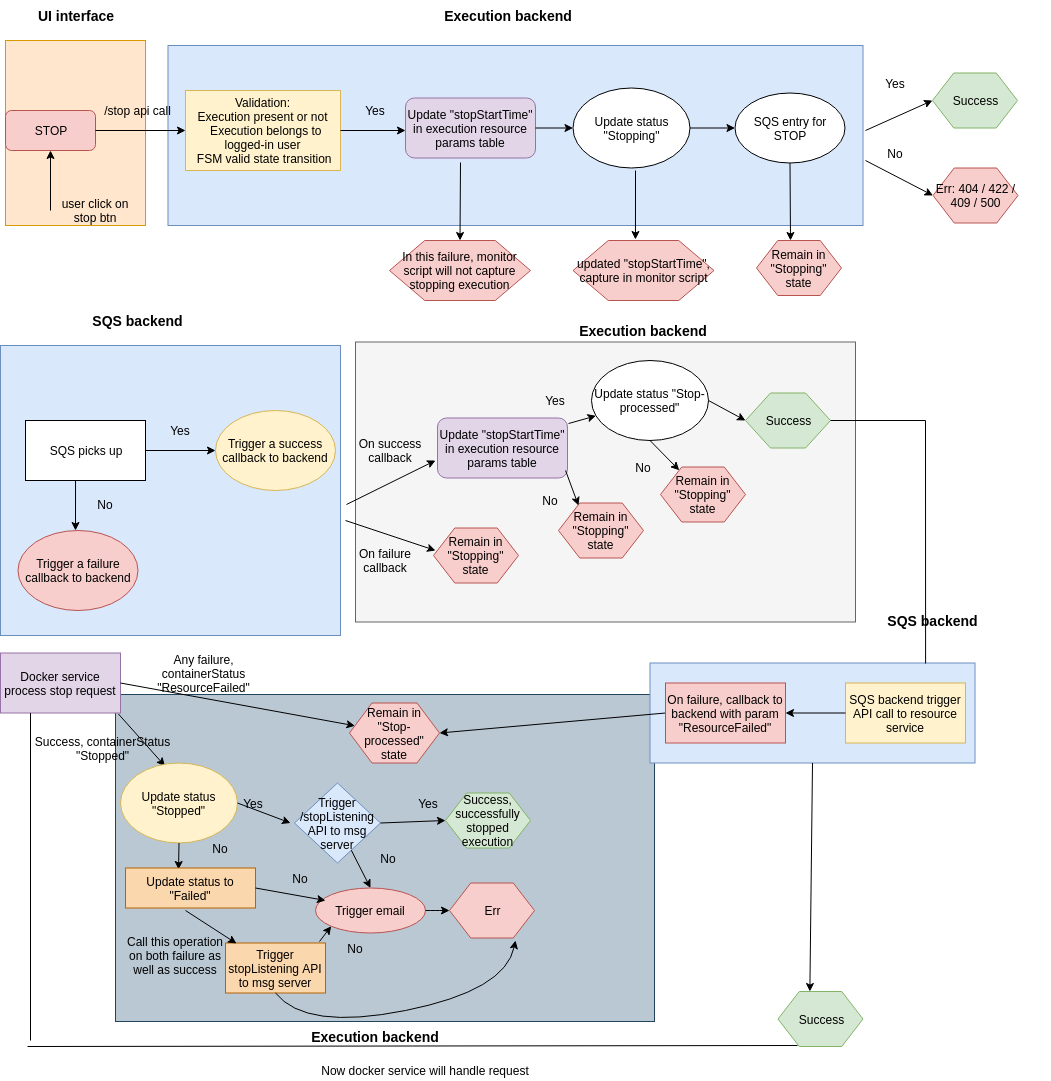
Before: stop_ui.png, a diagram exported from draw.io (prodipta/blueshift-resouce). Source tidied: cells renumbered, new cells last; positions are measured from the earlier drawing's top-left corner, leaving out a move shared by most shapes.
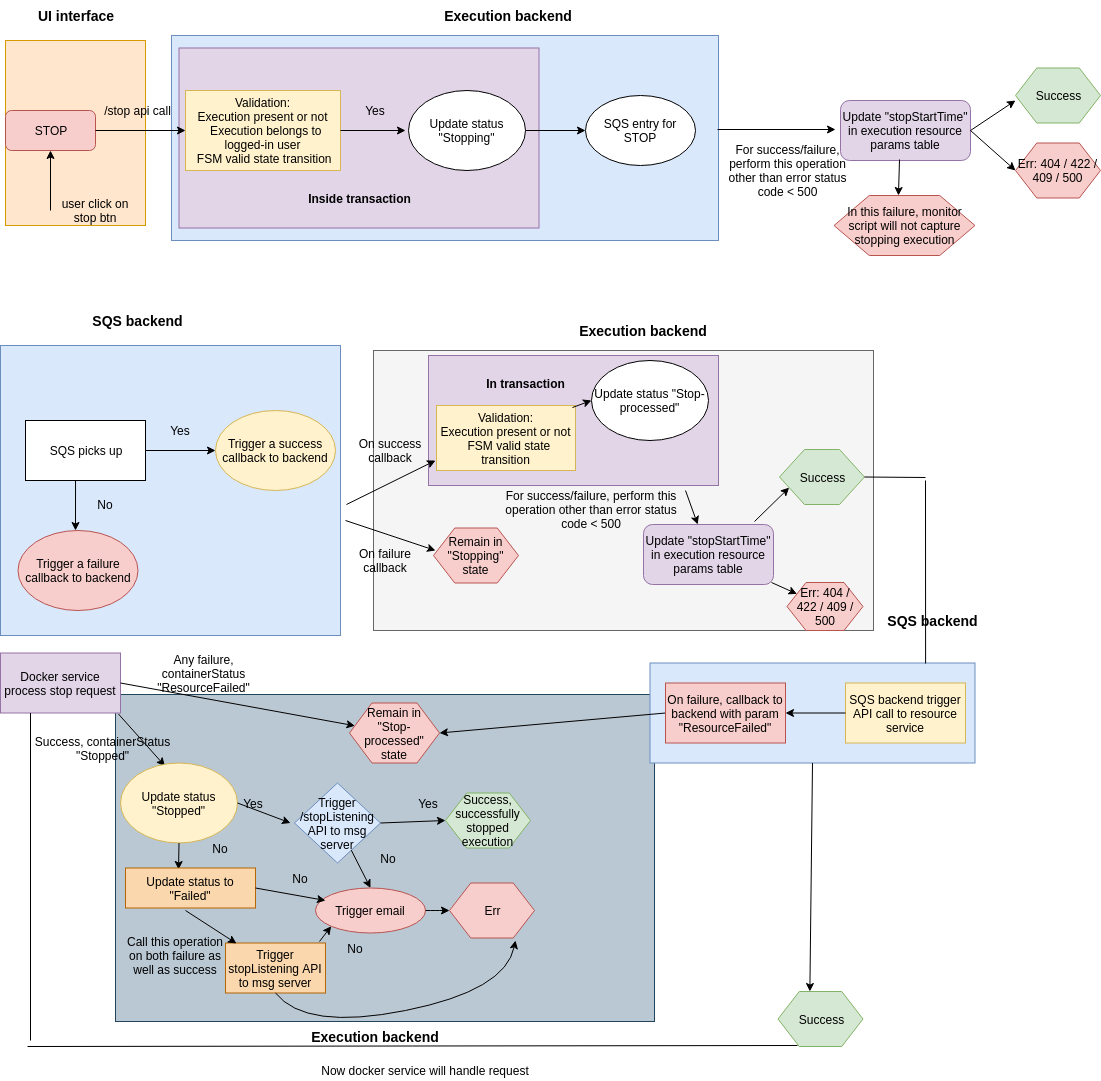
After the change.

What changed in the source:
```diff
@@ -2,24 +2,30 @@
   <root>
     <mxCell id="0" />
     <mxCell id="1" parent="0" />
+    <mxCell id="4" style="rounded=0;whiteSpace=wrap;html=1;fillColor=#f5f5f5;strokeColor=#666666;fontColor=#333333;" parent="1" vertex="1">
+      <mxGeometry x="373" y="350" width="500" height="280" as="geometry" />
+    </mxCell>
+    <mxCell id="103" style="rounded=0;whiteSpace=wrap;html=1;fillColor=#e1d5e7;strokeColor=#9673a6;" parent="1" vertex="1">
+      <mxGeometry x="428" y="355" width="290" height="130" as="geometry" />
+    </mxCell>
+    <mxCell id="7" style="rounded=0;whiteSpace=wrap;html=1;fillColor=#dae8fc;strokeColor=#6c8ebf;" parent="1" vertex="1">
+      <mxGeometry x="171" y="35" width="547" height="205" as="geometry" />
+    </mxCell>
+    <mxCell id="104" style="rounded=0;whiteSpace=wrap;html=1;fillColor=#e1d5e7;strokeColor=#9673a6;" parent="1" vertex="1">
+      <mxGeometry x="178.5" y="47.5" width="360" height="180" as="geometry" />
+    </mxCell>
     <mxCell id="2" style="rounded=0;whiteSpace=wrap;html=1;fillColor=#bac8d3;strokeColor=#23445d;" parent="1" vertex="1">
       <mxGeometry x="115" y="694" width="539" height="327" as="geometry" />
     </mxCell>
     <mxCell id="3" style="rounded=0;whiteSpace=wrap;html=1;fillColor=#dae8fc;strokeColor=#6c8ebf;" parent="1" vertex="1">
       <mxGeometry x="649.5" y="662.5" width="325" height="100" as="geometry" />
     </mxCell>
-    <mxCell id="4" style="rounded=0;whiteSpace=wrap;html=1;fillColor=#f5f5f5;strokeColor=#666666;fontColor=#333333;" parent="1" vertex="1">
-      <mxGeometry x="355" y="341.5" width="500" height="280" as="geometry" />
-    </mxCell>
     <mxCell id="5" style="rounded=0;whiteSpace=wrap;html=1;fillColor=#dae8fc;strokeColor=#6c8ebf;" parent="1" vertex="1">
       <mxGeometry y="345" width="340" height="290" as="geometry" />
     </mxCell>
     <mxCell id="6" style="rounded=0;whiteSpace=wrap;html=1;fillColor=#ffe6cc;strokeColor=#d79b00;" parent="1" vertex="1">
       <mxGeometry x="5" y="40" width="140" height="185" as="geometry" />
     </mxCell>
-    <mxCell id="7" style="rounded=0;whiteSpace=wrap;html=1;fillColor=#dae8fc;strokeColor=#6c8ebf;" parent="1" vertex="1">
-      <mxGeometry x="167.5" y="45" width="695" height="180" as="geometry" />
-    </mxCell>
     <mxCell id="8" value="STOP" style="rounded=1;whiteSpace=wrap;html=1;fillColor=#f8cecc;strokeColor=#b85450;" parent="1" vertex="1">
       <mxGeometry x="5" y="110" width="90" height="40" as="geometry" />
     </mxCell>
@@ -43,7 +49,7 @@
       <mxGeometry x="185" y="90" width="155" height="80" as="geometry" />
     </mxCell>
     <mxCell id="14" value="Err: 404 / 422 / 409 / 500" style="shape=hexagon;perimeter=hexagonPerimeter2;whiteSpace=wrap;html=1;fillColor=#f8cecc;strokeColor=#b85450;" parent="1" vertex="1">
-      <mxGeometry x="932.5" y="167.5" width="85" height="55" as="geometry" />
+      <mxGeometry x="786.5" y="582" width="76" height="48" as="geometry" />
     </mxCell>
     <mxCell id="15" style="endArrow=classic;html=1;exitX=1;exitY=0.5;exitDx=0;exitDy=0;" parent="1" edge="1" source="13">
       <mxGeometry relative="1" as="geometry">
@@ -54,16 +60,16 @@
       <mxGeometry x="355" y="100" width="40" height="20" as="geometry" />
     </mxCell>
     <mxCell id="17" value="Update status &quot;Stopping&quot;" style="ellipse;whiteSpace=wrap;html=1;" parent="1" vertex="1">
-      <mxGeometry x="572.5" y="87.5" width="117" height="80" as="geometry" />
+      <mxGeometry x="408" y="90" width="117" height="80" as="geometry" />
     </mxCell>
     <mxCell id="18" value="Execution backend" style="text;html=1;strokeColor=none;fillColor=none;align=center;verticalAlign=middle;whiteSpace=wrap;rounded=0;fontStyle=1;fontSize=14;" parent="1" vertex="1">
       <mxGeometry x="312.5" y="5" width="390" height="20" as="geometry" />
     </mxCell>
     <mxCell id="19" value="SQS entry for STOP" style="ellipse;whiteSpace=wrap;html=1;" parent="1" vertex="1">
-      <mxGeometry x="734.5" y="92.5" width="110" height="70" as="geometry" />
+      <mxGeometry x="585" y="95" width="110" height="70" as="geometry" />
     </mxCell>
     <mxCell id="20" value="Success" style="shape=hexagon;perimeter=hexagonPerimeter2;whiteSpace=wrap;html=1;fillColor=#d5e8d4;strokeColor=#82b366;" parent="1" vertex="1">
-      <mxGeometry x="932" y="72.5" width="85" height="55" as="geometry" />
+      <mxGeometry x="1015" y="67.5" width="85" height="55" as="geometry" />
     </mxCell>
     <mxCell id="21" value="UI interface" style="text;html=1;strokeColor=none;fillColor=none;align=center;verticalAlign=middle;whiteSpace=wrap;rounded=0;fontStyle=1;fontSize=14;" parent="1" vertex="1">
       <mxGeometry x="35" width="80" height="30" as="geometry" />
@@ -114,55 +120,32 @@
     <mxCell id="33" value="On failure callback" style="text;html=1;strokeColor=none;fillColor=none;align=center;verticalAlign=middle;whiteSpace=wrap;rounded=0;" parent="1" vertex="1">
       <mxGeometry x="350" y="550" width="70" height="20" as="geometry" />
     </mxCell>
-    <mxCell id="34" value="Remain in &quot;Stopping&quot; state" style="shape=hexagon;perimeter=hexagonPerimeter2;whiteSpace=wrap;html=1;fillColor=#f8cecc;strokeColor=#b85450;" parent="1" vertex="1">
-      <mxGeometry x="558" y="502.5" width="85" height="55" as="geometry" />
-    </mxCell>
     <mxCell id="35" value="Update status &quot;Stop-processed&quot;" style="ellipse;whiteSpace=wrap;html=1;" parent="1" vertex="1">
       <mxGeometry x="591" y="360" width="117" height="80" as="geometry" />
     </mxCell>
-    <mxCell id="36" value="Update &quot;stopStartTime&quot; in execution resource params table" style="rounded=1;whiteSpace=wrap;html=1;fillColor=#e1d5e7;strokeColor=#9673a6;" parent="1" vertex="1">
-      <mxGeometry x="437" y="417.5" width="130" height="60" as="geometry" />
-    </mxCell>
-    <mxCell id="37" style="endArrow=classic;html=1;exitX=1;exitY=0.5;exitDx=0;exitDy=0;entryX=0;entryY=0.5;entryDx=0;entryDy=0;" parent="1" edge="1" source="35" target="39">
-      <mxGeometry relative="1" as="geometry" />
-    </mxCell>
-    <mxCell id="38" value="Yes" style="text;html=1;strokeColor=none;fillColor=none;align=center;verticalAlign=middle;whiteSpace=wrap;rounded=0;" parent="1" vertex="1">
-      <mxGeometry x="535" y="390" width="40" height="20" as="geometry" />
-    </mxCell>
     <mxCell id="39" value="Success" style="shape=hexagon;perimeter=hexagonPerimeter2;whiteSpace=wrap;html=1;fillColor=#d5e8d4;strokeColor=#82b366;size=0.29411764705882354;" parent="1" vertex="1">
-      <mxGeometry x="745" y="392.5" width="85" height="55" as="geometry" />
+      <mxGeometry x="779" y="449" width="85" height="55" as="geometry" />
     </mxCell>
     <mxCell id="40" value="Execution backend" style="text;html=1;strokeColor=none;fillColor=none;align=center;verticalAlign=middle;whiteSpace=wrap;rounded=0;fontStyle=1;fontSize=14;" parent="1" vertex="1">
       <mxGeometry x="448" y="320" width="390" height="20" as="geometry" />
     </mxCell>
-    <mxCell id="41" value="No" style="text;html=1;strokeColor=none;fillColor=none;align=center;verticalAlign=middle;whiteSpace=wrap;rounded=0;" parent="1" vertex="1">
-      <mxGeometry x="530" y="490" width="40" height="20" as="geometry" />
-    </mxCell>
     <mxCell id="42" value="Remain in &quot;Stopping&quot; state" style="shape=hexagon;perimeter=hexagonPerimeter2;whiteSpace=wrap;html=1;fillColor=#f8cecc;strokeColor=#b85450;" parent="1" vertex="1">
       <mxGeometry x="433" y="527.5" width="85" height="55" as="geometry" />
     </mxCell>
-    <mxCell id="43" value="No" style="text;html=1;strokeColor=none;fillColor=none;align=center;verticalAlign=middle;whiteSpace=wrap;rounded=0;" parent="1" vertex="1">
-      <mxGeometry x="623" y="456.5" width="40" height="20" as="geometry" />
-    </mxCell>
-    <mxCell id="44" style="endArrow=classic;html=1;entryX=0.5;entryY=0;entryDx=0;entryDy=0;" parent="1" edge="1" target="45">
-      <mxGeometry relative="1" as="geometry">
-        <mxPoint x="460" y="162" as="sourcePoint" />
-      </mxGeometry>
-    </mxCell>
     <mxCell id="45" value="In this failure, monitor script will not capture stopping execution" style="shape=hexagon;perimeter=hexagonPerimeter2;whiteSpace=wrap;html=1;fillColor=#f8cecc;strokeColor=#b85450;" parent="1" vertex="1">
-      <mxGeometry x="389" y="240" width="141" height="60" as="geometry" />
+      <mxGeometry x="833.5" y="195" width="141" height="60" as="geometry" />
     </mxCell>
-    <mxCell id="46" style="endArrow=classic;html=1;exitX=1;exitY=0.5;exitDx=0;exitDy=0;" parent="1" edge="1" source="17" target="19">
+    <mxCell id="46" style="endArrow=classic;html=1;exitX=1;exitY=0.5;exitDx=0;exitDy=0;entryX=0;entryY=0.5;entryDx=0;entryDy=0;" parent="1" edge="1" source="17" target="19">
       <mxGeometry relative="1" as="geometry" />
     </mxCell>
     <mxCell id="47" style="endArrow=none;html=1;exitX=1;exitY=0.5;exitDx=0;exitDy=0;" parent="1" edge="1" source="39">
       <mxGeometry relative="1" as="geometry">
-        <mxPoint x="925" y="420" as="targetPoint" />
+        <mxPoint x="925" y="477" as="targetPoint" />
       </mxGeometry>
     </mxCell>
     <mxCell id="48" style="endArrow=none;html=1;entryX=0.848;entryY=0.005;entryDx=0;entryDy=0;entryPerimeter=0;" parent="1" edge="1" target="3">
       <mxGeometry relative="1" as="geometry">
-        <mxPoint x="925" y="420" as="sourcePoint" />
+        <mxPoint x="925" y="480" as="sourcePoint" />
       </mxGeometry>
     </mxCell>
     <mxCell id="49" value="SQS backend trigger API call to resource service" style="rounded=0;whiteSpace=wrap;html=1;fillColor=#fff2cc;strokeColor=#d6b656;" parent="1" vertex="1">
@@ -259,46 +242,14 @@
       <mxGeometry relative="1" as="geometry" />
     </mxCell>
     <mxCell id="78" value="Update &quot;stopStartTime&quot; in execution resource params table" style="rounded=1;whiteSpace=wrap;html=1;fillColor=#e1d5e7;strokeColor=#9673a6;" parent="1" vertex="1">
-      <mxGeometry x="405" y="97.5" width="130" height="60" as="geometry" />
+      <mxGeometry x="840" y="100" width="130" height="60" as="geometry" />
     </mxCell>
-    <mxCell id="79" style="endArrow=classic;html=1;exitX=1;exitY=0.5;exitDx=0;exitDy=0;entryX=0;entryY=0.5;entryDx=0;entryDy=0;" parent="1" edge="1" source="78" target="17">
-      <mxGeometry relative="1" as="geometry" />
-    </mxCell>
-    <mxCell id="80" style="endArrow=classic;html=1;entryX=0;entryY=0.5;entryDx=0;entryDy=0;" parent="1" edge="1" target="20">
-      <mxGeometry relative="1" as="geometry">
-        <mxPoint x="865" y="130" as="sourcePoint" />
-      </mxGeometry>
-    </mxCell>
-    <mxCell id="81" style="endArrow=classic;html=1;entryX=0;entryY=0.5;entryDx=0;entryDy=0;" parent="1" edge="1" target="14">
+    <mxCell id="81" style="endArrow=classic;html=1;" parent="1" edge="1">
       <mxGeometry relative="1" as="geometry">
-        <mxPoint x="865" y="160" as="sourcePoint" />
+        <mxPoint x="717" y="129" as="sourcePoint" />
+        <mxPoint x="835" y="129" as="targetPoint" />
       </mxGeometry>
     </mxCell>
-    <mxCell id="82" value="Yes" style="text;html=1;strokeColor=none;fillColor=none;align=center;verticalAlign=middle;whiteSpace=wrap;rounded=0;" parent="1" vertex="1">
-      <mxGeometry x="875" y="73" width="40" height="20" as="geometry" />
-    </mxCell>
-    <mxCell id="83" value="No" style="text;html=1;strokeColor=none;fillColor=none;align=center;verticalAlign=middle;whiteSpace=wrap;rounded=0;" parent="1" vertex="1">
-      <mxGeometry x="875" y="143" width="40" height="20" as="geometry" />
-    </mxCell>
-    <mxCell id="84" style="endArrow=classic;html=1;entryX=0.443;entryY=-0.017;entryDx=0;entryDy=0;entryPerimeter=0;" parent="1" edge="1" target="85">
-      <mxGeometry relative="1" as="geometry">
-        <mxPoint x="635" y="170" as="sourcePoint" />
-        <Array as="points">
-          <mxPoint x="635" y="170" />
-        </Array>
-      </mxGeometry>
-    </mxCell>
-    <mxCell id="85" value="updated &quot;stopStartTime&quot;, capture in monitor script" style="shape=hexagon;perimeter=hexagonPerimeter2;whiteSpace=wrap;html=1;fillColor=#f8cecc;strokeColor=#b85450;" parent="1" vertex="1">
-      <mxGeometry x="572.5" y="240" width="141" height="60" as="geometry" />
-    </mxCell>
-    <mxCell id="86" style="endArrow=classic;html=1;exitX=0.5;exitY=1;exitDx=0;exitDy=0;" parent="1" edge="1" source="19">
-      <mxGeometry relative="1" as="geometry">
-        <mxPoint x="790" y="240" as="targetPoint" />
-      </mxGeometry>
-    </mxCell>
-    <mxCell id="87" value="Remain in &quot;Stopping&quot; state" style="shape=hexagon;perimeter=hexagonPerimeter2;whiteSpace=wrap;html=1;fillColor=#f8cecc;strokeColor=#b85450;" parent="1" vertex="1">
-      <mxGeometry x="756" y="240" width="85" height="55" as="geometry" />
-    </mxCell>
     <mxCell id="88" style="endArrow=classic;html=1;" parent="1" edge="1">
       <mxGeometry relative="1" as="geometry">
         <mxPoint x="185" y="910" as="sourcePoint" />
@@ -344,20 +295,56 @@
     <mxCell id="97" value="Now docker service will handle request" style="text;html=1;strokeColor=none;fillColor=none;align=center;verticalAlign=middle;whiteSpace=wrap;rounded=0;" parent="1" vertex="1">
       <mxGeometry x="55" y="1060" width="740" height="20" as="geometry" />
     </mxCell>
-    <mxCell id="98" style="endArrow=classic;html=1;exitX=1.008;exitY=0.092;exitDx=0;exitDy=0;exitPerimeter=0;" parent="1" edge="1" source="36" target="35">
-      <mxGeometry relative="1" as="geometry" />
-    </mxCell>
-    <mxCell id="99" style="endArrow=classic;html=1;exitX=0.985;exitY=0.875;exitDx=0;exitDy=0;exitPerimeter=0;entryX=0.235;entryY=0.045;entryDx=0;entryDy=0;entryPerimeter=0;" parent="1" edge="1" source="36" target="34">
-      <mxGeometry relative="1" as="geometry" />
-    </mxCell>
-    <mxCell id="100" value="Remain in &quot;Stopping&quot; state" style="shape=hexagon;perimeter=hexagonPerimeter2;whiteSpace=wrap;html=1;fillColor=#f8cecc;strokeColor=#b85450;" parent="1" vertex="1">
-      <mxGeometry x="660" y="466.5" width="85" height="55" as="geometry" />
-    </mxCell>
-    <mxCell id="101" style="endArrow=classic;html=1;exitX=0.5;exitY=1;exitDx=0;exitDy=0;" parent="1" edge="1" source="35" target="100">
-      <mxGeometry relative="1" as="geometry" />
-    </mxCell>
     <mxCell id="102" value="No" style="text;html=1;strokeColor=none;fillColor=none;align=center;verticalAlign=middle;whiteSpace=wrap;rounded=0;" parent="1" vertex="1">
       <mxGeometry x="335" y="938" width="40" height="20" as="geometry" />
     </mxCell>
+    <mxCell id="105" style="endArrow=classic;html=1;exitX=0.454;exitY=0.983;exitDx=0;exitDy=0;exitPerimeter=0;entryX=0.457;entryY=0;entryDx=0;entryDy=0;entryPerimeter=0;" parent="1" edge="1" source="78" target="45">
+      <mxGeometry relative="1" as="geometry" />
+    </mxCell>
+    <mxCell id="106" value="For success/failure, perform this operation other than error status code &amp;lt; 500" style="text;html=1;strokeColor=none;fillColor=none;align=center;verticalAlign=middle;whiteSpace=wrap;rounded=0;" parent="1" vertex="1">
+      <mxGeometry x="496" y="494" width="190" height="30" as="geometry" />
+    </mxCell>
+    <mxCell id="107" style="endArrow=classic;html=1;exitX=1;exitY=0.5;exitDx=0;exitDy=0;" parent="1" edge="1" source="78">
+      <mxGeometry relative="1" as="geometry">
+        <mxPoint x="1015" y="100" as="targetPoint" />
+      </mxGeometry>
+    </mxCell>
+    <mxCell id="108" style="endArrow=classic;html=1;exitX=1;exitY=0.5;exitDx=0;exitDy=0;" parent="1" edge="1" source="78">
+      <mxGeometry relative="1" as="geometry">
+        <mxPoint x="1015" y="170" as="targetPoint" />
+      </mxGeometry>
+    </mxCell>
+    <mxCell id="109" value="Inside transaction" style="text;html=1;strokeColor=none;fillColor=none;align=center;verticalAlign=middle;whiteSpace=wrap;rounded=0;fontStyle=1;" parent="1" vertex="1">
+      <mxGeometry x="286" y="187.5" width="147" height="20" as="geometry" />
+    </mxCell>
+    <mxCell id="36" value="Update &quot;stopStartTime&quot; in execution resource params table" style="rounded=1;whiteSpace=wrap;html=1;fillColor=#e1d5e7;strokeColor=#9673a6;" parent="1" vertex="1">
+      <mxGeometry x="643" y="524" width="130" height="60" as="geometry" />
+    </mxCell>
+    <mxCell id="110" value="Validation:&lt;br&gt;Execution present or not&lt;br&gt;&amp;nbsp; FSM valid state transition" style="rounded=0;whiteSpace=wrap;html=1;fillColor=#fff2cc;strokeColor=#d6b656;" parent="1" vertex="1">
+      <mxGeometry x="436" y="405" width="139" height="65" as="geometry" />
+    </mxCell>
+    <mxCell id="111" style="endArrow=classic;html=1;exitX=0.978;exitY=0.031;exitDx=0;exitDy=0;exitPerimeter=0;entryX=0;entryY=0.5;entryDx=0;entryDy=0;" parent="1" edge="1" source="110" target="35">
+      <mxGeometry relative="1" as="geometry" />
+    </mxCell>
+    <mxCell id="112" value="In transaction" style="text;html=1;strokeColor=none;fillColor=none;align=center;verticalAlign=middle;whiteSpace=wrap;rounded=0;fontStyle=1;" parent="1" vertex="1">
+      <mxGeometry x="476" y="373" width="99" height="20" as="geometry" />
+    </mxCell>
+    <mxCell id="113" style="endArrow=classic;html=1;" parent="1" edge="1" target="36">
+      <mxGeometry relative="1" as="geometry">
+        <mxPoint x="685" y="490" as="sourcePoint" />
+      </mxGeometry>
+    </mxCell>
+    <mxCell id="114" value="For success/failure, perform this operation other than error status code &amp;lt; 500" style="text;html=1;strokeColor=none;fillColor=none;align=center;verticalAlign=middle;whiteSpace=wrap;rounded=0;" parent="1" vertex="1">
+      <mxGeometry x="718" y="155" width="139" height="30" as="geometry" />
+    </mxCell>
+    <mxCell id="115" style="endArrow=classic;html=1;exitX=0.854;exitY=-0.05;exitDx=0;exitDy=0;exitPerimeter=0;entryX=0;entryY=0.75;entryDx=0;entryDy=0;" parent="1" edge="1" source="36" target="39">
+      <mxGeometry relative="1" as="geometry" />
+    </mxCell>
+    <mxCell id="116" value="Err: 404 / 422 / 409 / 500" style="shape=hexagon;perimeter=hexagonPerimeter2;whiteSpace=wrap;html=1;fillColor=#f8cecc;strokeColor=#b85450;" parent="1" vertex="1">
+      <mxGeometry x="1015" y="142.5" width="85" height="55" as="geometry" />
+    </mxCell>
+    <mxCell id="117" style="endArrow=classic;html=1;exitX=0.985;exitY=0.967;exitDx=0;exitDy=0;exitPerimeter=0;" parent="1" edge="1" source="36" target="14">
+      <mxGeometry relative="1" as="geometry" />
+    </mxCell>
   </root>
 </mxGraphModel>
```
